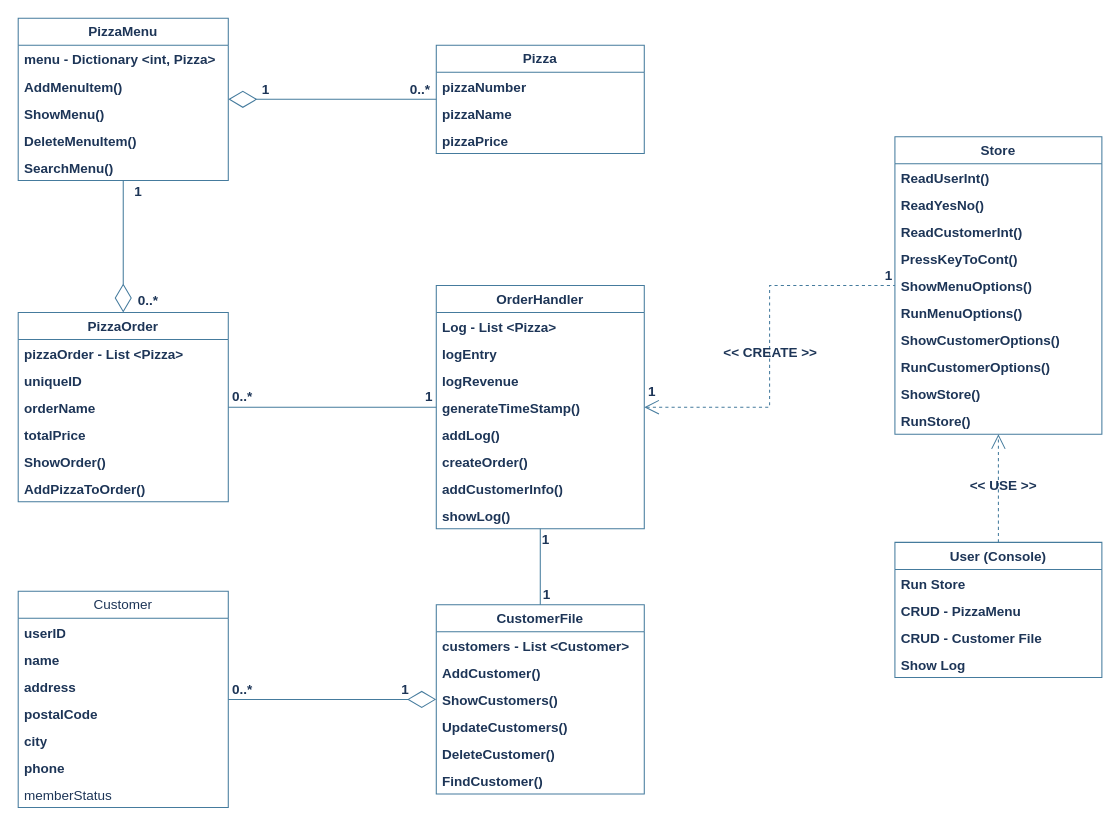
Above: PizzaStoreDomainDiagram.drawio in Cal-ly/PizzaStore (draw.io), before the change. Source tidied: cells renumbered, new cells numbered last; positions are measured from the earlier drawing's top-left corner, leaving out a move shared by most shapes. Both pictures are drawn from the tidied source at 104%, with x=0, y=0 at pixel (18, 18).
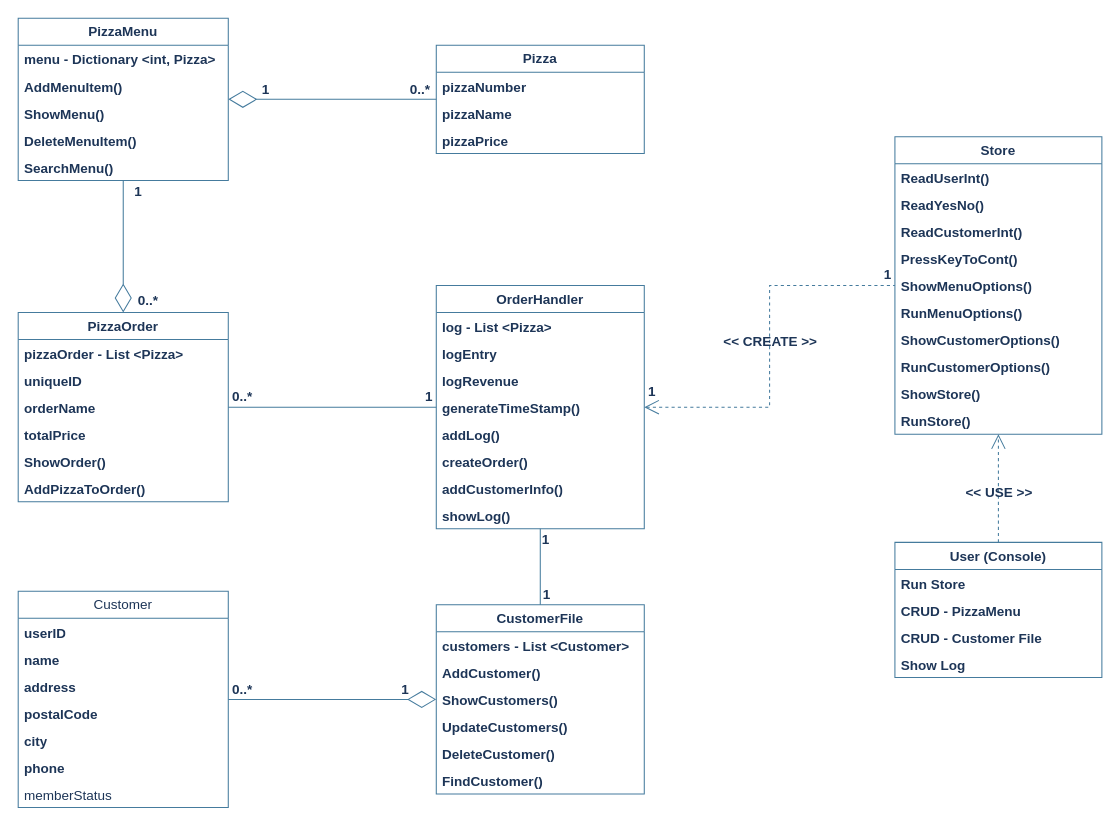
The same page after the edit.

Unchanged cells that the change refers to:
```xml
<mxCell id="11" value="OrderHandler" style="swimlane;fontStyle=1;horizontal=1;startSize=26;fillColor=none;whiteSpace=wrap;html=1;fontSize=13;spacing=2;rounded=0;labelBackgroundColor=none;strokeColor=#457B9D;fontColor=#1D3557;" parent="1" vertex="1">
  <mxGeometry x="402" y="257" width="200" height="234" as="geometry" />
</mxCell>
<mxCell id="20" value="PizzaOrder" style="swimlane;fontStyle=1;horizontal=1;startSize=26;fillColor=none;whiteSpace=wrap;html=1;fontSize=13;spacing=2;rounded=0;labelBackgroundColor=none;strokeColor=#457B9D;fontColor=#1D3557;" parent="1" vertex="1">
  <mxGeometry y="283" width="202" height="182" as="geometry" />
</mxCell>
<mxCell id="72" style="endArrow=none;html=1;edgeStyle=orthogonalEdgeStyle;rounded=0;fontSize=13;startArrow=open;startFill=0;endSize=9;startSize=12;dashed=1;labelBackgroundColor=none;strokeColor=#457B9D;fontColor=default;fontStyle=1;" parent="1" edge="1" source="11" target="27">
  <mxGeometry relative="1" as="geometry" />
</mxCell>
```

Change to the diagram source:
```diff
@@
-    <mxCell id="12" value="Log - List &amp;lt;Pizza&amp;gt;" style="text;strokeColor=none;fillColor=none;align=left;verticalAlign=top;spacingLeft=4;spacingRight=4;overflow=hidden;whiteSpace=wrap;html=1;fontSize=13;spacing=2;rounded=0;labelBackgroundColor=none;fontColor=#1D3557;fontStyle=1;" parent="11" vertex="1">
+    <mxCell id="12" value="log - List &amp;lt;Pizza&amp;gt;" style="text;strokeColor=none;fillColor=none;align=left;verticalAlign=top;spacingLeft=4;spacingRight=4;overflow=hidden;whiteSpace=wrap;html=1;fontSize=13;spacing=2;rounded=0;labelBackgroundColor=none;fontColor=#1D3557;fontStyle=1;" parent="11" vertex="1">
       <mxGeometry y="26" width="200" height="26" as="geometry" />
     </mxCell>
@@
-    <mxCell id="69" style="endArrow=none;html=1;edgeStyle=orthogonalEdgeStyle;rounded=0;labelBackgroundColor=none;strokeColor=#457B9D;fontColor=default;fontStyle=1;" parent="1" edge="1" source="20" target="11">
+    <mxCell id="69" style="endArrow=none;html=1;edgeStyle=orthogonalEdgeStyle;rounded=0;labelBackgroundColor=none;strokeColor=#457B9D;fontColor=default;fontStyle=1;fontSize=13;" parent="1" edge="1" source="20" target="11">
       <mxGeometry relative="1" as="geometry" />
     </mxCell>
@@
     <mxCell id="74" value="1" style="edgeLabel;html=1;align=right;verticalAlign=bottom;fontSize=13;rounded=0;labelBackgroundColor=none;fontColor=#1D3557;fontStyle=1;" parent="72" vertex="1">
       <mxGeometry x="1" relative="1" as="geometry">
-        <mxPoint x="-2" as="offset" />
+        <mxPoint x="-3" y="-1" as="offset" />
       </mxGeometry>
     </mxCell>
-    <mxCell id="75" value="&lt;span style=&quot;font-size: 13px;&quot;&gt;&lt;span&gt;&amp;lt;&amp;lt; CREATE &amp;gt;&amp;gt;&lt;/span&gt;&lt;/span&gt;" style="edgeLabel;html=1;align=center;verticalAlign=middle;rounded=0;labelBackgroundColor=none;fontColor=#1D3557;fontStyle=1;" parent="72" vertex="1">
-      <mxGeometry x="-0.03" relative="1" as="geometry" />
+    <mxCell id="75" value="&lt;span style=&quot;font-size: 13px;&quot;&gt;&lt;span style=&quot;font-size: 13px;&quot;&gt;&amp;lt;&amp;lt; CREATE &amp;gt;&amp;gt;&lt;/span&gt;&lt;/span&gt;" style="edgeLabel;html=1;align=center;verticalAlign=middle;rounded=0;labelBackgroundColor=none;fontColor=#1D3557;fontStyle=1;fontSize=13;" parent="72" vertex="1">
+      <mxGeometry x="-0.03" relative="1" as="geometry">
+        <mxPoint y="-10" as="offset" />
+      </mxGeometry>
     </mxCell>
@@
-    <mxCell id="79" value="&lt;span style=&quot;font-size: 13px;&quot;&gt;&lt;span&gt;&amp;lt;&amp;lt; USE &amp;gt;&amp;gt;&lt;/span&gt;&lt;/span&gt;" style="edgeLabel;html=1;align=center;verticalAlign=middle;rounded=0;labelBackgroundColor=none;fontColor=#1D3557;fontStyle=1;" parent="1" vertex="1">
-      <mxGeometry x="952" y="450" as="geometry">
+    <mxCell id="79" value="&lt;span style=&quot;font-size: 13px;&quot;&gt;&lt;span style=&quot;font-size: 13px;&quot;&gt;&amp;lt;&amp;lt; USE &amp;gt;&amp;gt;&lt;/span&gt;&lt;/span&gt;" style="edgeLabel;html=1;align=center;verticalAlign=middle;rounded=0;labelBackgroundColor=none;fontColor=#1D3557;fontStyle=1;fontSize=13;" parent="1" vertex="1">
+      <mxGeometry x="948" y="457" as="geometry">
         <mxPoint x="-6" y="-2" as="offset" />
       </mxGeometry>
     </mxCell>
```
